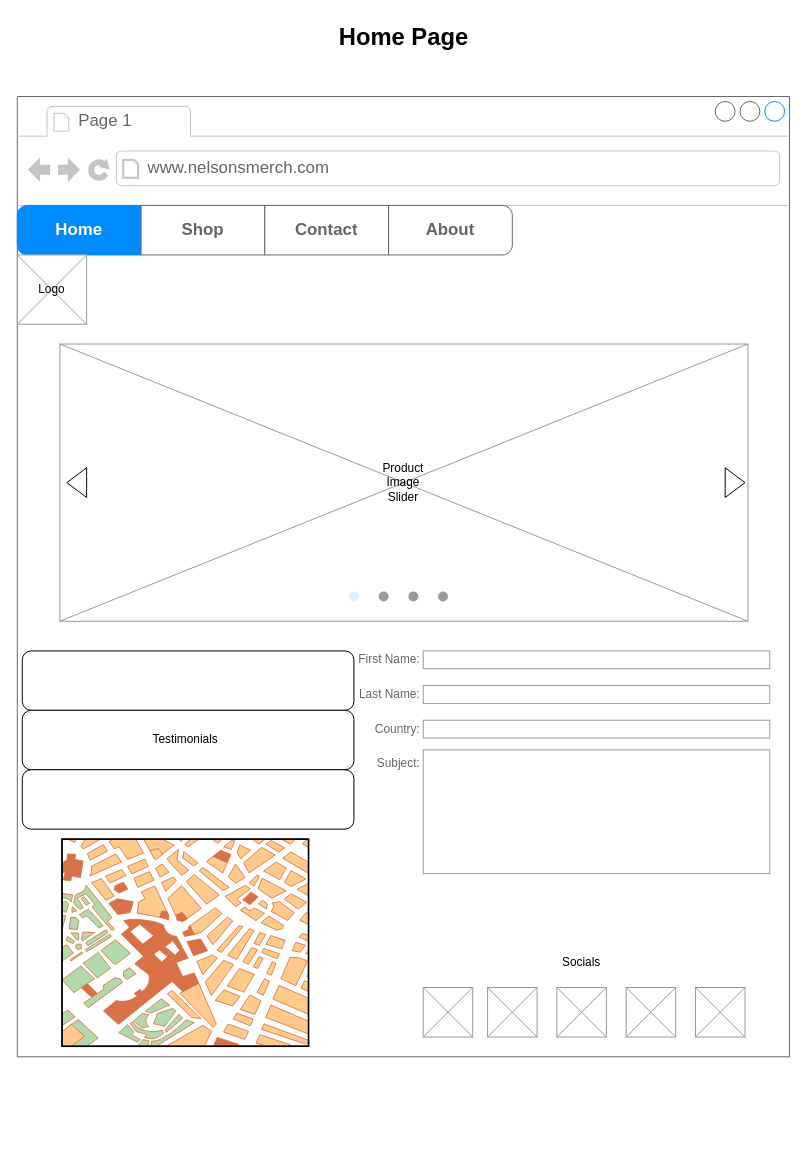
Marceese1/Project1 keeps this draw.io diagram as Wireframeupdate (2).drawio. Above is the earlier version. Source tidied: cells renumbered, new cells numbered last; positions are measured from the earlier drawing's top-left corner, leaving out a move shared by most shapes. Both pictures are drawn from the tidied source at 99%, with x=0, y=0 at pixel (17, 17).
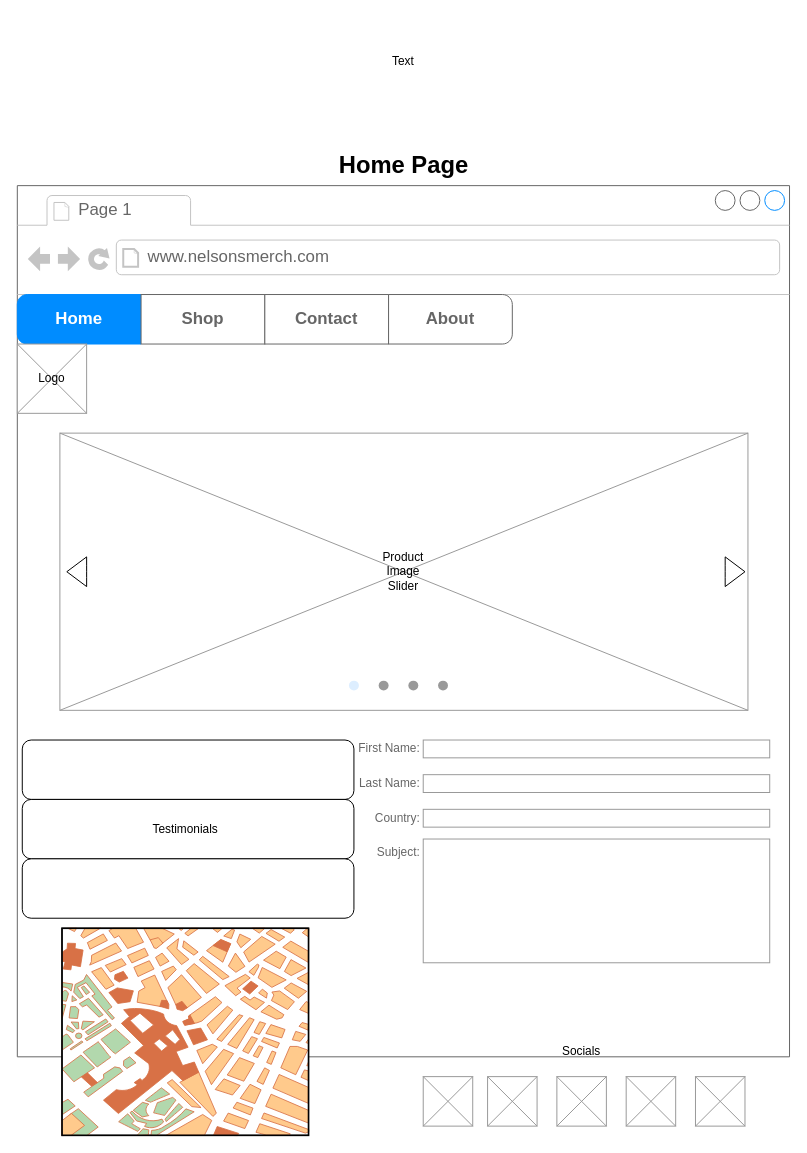
After the change.

Commit message (it also covers changes not shown here):
Formspree addition

Diff of the diagram source:
```diff
@@
     <mxCell id="2" style="strokeWidth=1;shadow=0;dashed=0;align=center;html=1;shape=mxgraph.mockup.containers.browserWindow;rSize=0;strokeColor=#666666;strokeColor2=#008cff;strokeColor3=#c4c4c4;mainText=,;" parent="1" vertex="1">
-      <mxGeometry y="80" width="780" height="970" as="geometry" />
+      <mxGeometry y="170" width="780" height="880" as="geometry" />
     </mxCell>
@@
     <mxCell id="36" value="Home Page" style="text;strokeColor=none;fillColor=none;html=1;fontSize=24;fontStyle=1;verticalAlign=middle;align=center;" parent="1" vertex="1">
-      <mxGeometry x="340" width="100" height="40" as="geometry" />
+      <mxGeometry x="340" y="130" width="100" height="40" as="geometry" />
     </mxCell>
+    <mxCell id="37" value="Text" style="text;html=1;align=center;verticalAlign=middle;whiteSpace=wrap;rounded=0;" parent="1" vertex="1">
+      <mxGeometry x="15" y="10" width="750" height="70" as="geometry" />
+    </mxCell>
```
